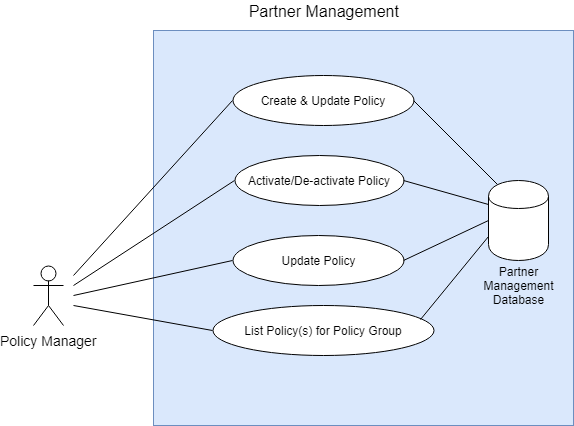
ssenmosip/mosip-temp-documentation keeps this draw.io diagram as _images/arch_diagrams/PartnerManagement_PolicyManager.png. Above is the earlier version. Source tidied: cells renumbered, new cells last; positions are measured from the earlier drawing's top-left corner, leaving out a move shared by most shapes. The source it was exported from:
```xml
<mxGraphModel>
  <root>
    <mxCell id="0" />
    <mxCell id="1" parent="0" />
    <mxCell id="2" value="Policy Manager" style="shape=umlActor;verticalLabelPosition=bottom;labelBackgroundColor=#ffffff;verticalAlign=top;html=1;fontSize=14;" parent="1" vertex="1">
      <mxGeometry y="265" width="30" height="60" as="geometry" />
    </mxCell>
    <mxCell id="3" style="rounded=0;whiteSpace=wrap;html=1;fontSize=16;fillColor=#dae8fc;strokeColor=#6c8ebf;" parent="1" vertex="1">
      <mxGeometry x="120" y="30" width="420" height="395" as="geometry" />
    </mxCell>
    <mxCell id="4" value="Partner Management&amp;nbsp;" style="text;html=1;strokeColor=none;fillColor=none;align=center;verticalAlign=middle;whiteSpace=wrap;rounded=0;fontSize=16;" parent="1" vertex="1">
      <mxGeometry x="199" width="186" height="20" as="geometry" />
    </mxCell>
    <mxCell id="5" value="Create &amp;amp; Update Policy" style="ellipse;whiteSpace=wrap;html=1;" parent="1" vertex="1">
      <mxGeometry x="199" y="75" width="181" height="50" as="geometry" />
    </mxCell>
    <mxCell id="6" value="Activate/De-activate Policy" style="ellipse;whiteSpace=wrap;html=1;" parent="1" vertex="1">
      <mxGeometry x="201" y="155" width="169" height="50" as="geometry" />
    </mxCell>
    <mxCell id="7" value="Update Policy" style="ellipse;whiteSpace=wrap;html=1;" parent="1" vertex="1">
      <mxGeometry x="199" y="235" width="171" height="50" as="geometry" />
    </mxCell>
    <mxCell id="8" value="List Policy(s) for Policy Group" style="ellipse;whiteSpace=wrap;html=1;" parent="1" vertex="1">
      <mxGeometry x="179" y="305" width="221" height="50" as="geometry" />
    </mxCell>
    <mxCell id="9" style="endArrow=none;html=1;entryX=0;entryY=0.5;entryDx=0;entryDy=0;" parent="1" edge="1" target="5">
      <mxGeometry relative="1" as="geometry">
        <mxPoint x="40" y="275" as="sourcePoint" />
      </mxGeometry>
    </mxCell>
    <mxCell id="10" style="endArrow=none;html=1;entryX=0;entryY=0.5;entryDx=0;entryDy=0;" parent="1" edge="1" target="6">
      <mxGeometry relative="1" as="geometry">
        <mxPoint x="40" y="285" as="sourcePoint" />
      </mxGeometry>
    </mxCell>
    <mxCell id="11" style="endArrow=none;html=1;entryX=0;entryY=0.5;entryDx=0;entryDy=0;" parent="1" edge="1" target="7">
      <mxGeometry relative="1" as="geometry">
        <mxPoint x="40" y="295" as="sourcePoint" />
      </mxGeometry>
    </mxCell>
    <mxCell id="12" style="endArrow=none;html=1;entryX=0;entryY=0.5;entryDx=0;entryDy=0;" parent="1" edge="1" target="8">
      <mxGeometry relative="1" as="geometry">
        <mxPoint x="40" y="305" as="sourcePoint" />
      </mxGeometry>
    </mxCell>
    <mxCell id="13" style="shape=cylinder;whiteSpace=wrap;html=1;boundedLbl=1;backgroundOutline=1;" parent="1" vertex="1">
      <mxGeometry x="455" y="180" width="60" height="80" as="geometry" />
    </mxCell>
    <mxCell id="14" value="Partner Management Database" style="text;html=1;strokeColor=none;fillColor=none;align=center;verticalAlign=middle;whiteSpace=wrap;rounded=0;" parent="1" vertex="1">
      <mxGeometry x="450" y="255" width="70" height="60" as="geometry" />
    </mxCell>
    <mxCell id="15" style="endArrow=none;html=1;exitX=1;exitY=0.5;exitDx=0;exitDy=0;entryX=0.15;entryY=0.05;entryDx=0;entryDy=0;entryPerimeter=0;" parent="1" edge="1" source="5" target="13">
      <mxGeometry relative="1" as="geometry" />
    </mxCell>
    <mxCell id="16" style="endArrow=none;html=1;exitX=1;exitY=0.5;exitDx=0;exitDy=0;entryX=0;entryY=0.3;entryDx=0;entryDy=0;" parent="1" edge="1" source="6" target="13">
      <mxGeometry relative="1" as="geometry" />
    </mxCell>
    <mxCell id="17" style="endArrow=none;html=1;exitX=1;exitY=0.5;exitDx=0;exitDy=0;entryX=0;entryY=0.5;entryDx=0;entryDy=0;" parent="1" edge="1" source="7" target="13">
      <mxGeometry relative="1" as="geometry" />
    </mxCell>
    <mxCell id="18" style="endArrow=none;html=1;exitX=0.943;exitY=0.287;exitDx=0;exitDy=0;entryX=0;entryY=0.7;entryDx=0;entryDy=0;exitPerimeter=0;" parent="1" edge="1" source="8" target="13">
      <mxGeometry relative="1" as="geometry" />
    </mxCell>
  </root>
</mxGraphModel>
```
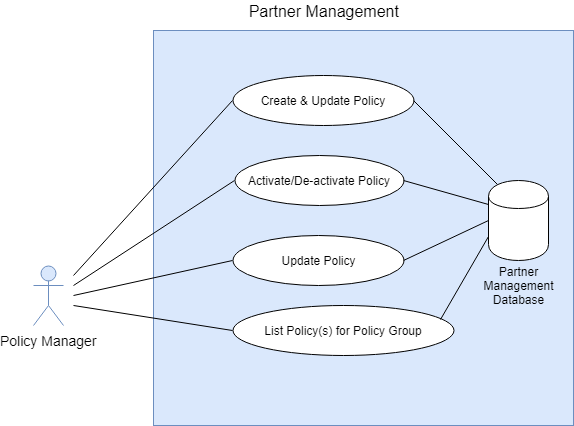
After the change.

Commit message:
Partner Management - High Level Requirements - Updates

The edit, as a diff of the source:
```diff
@@ -2,7 +2,7 @@
   <root>
     <mxCell id="0" />
     <mxCell id="1" parent="0" />
-    <mxCell id="2" value="Policy Manager" style="shape=umlActor;verticalLabelPosition=bottom;labelBackgroundColor=#ffffff;verticalAlign=top;html=1;fontSize=14;" parent="1" vertex="1">
+    <mxCell id="2" value="Policy Manager" style="shape=umlActor;verticalLabelPosition=bottom;labelBackgroundColor=#ffffff;verticalAlign=top;html=1;fontSize=14;fillColor=#dae8fc;strokeColor=#6c8ebf;" parent="1" vertex="1">
       <mxGeometry y="265" width="30" height="60" as="geometry" />
     </mxCell>
     <mxCell id="3" style="rounded=0;whiteSpace=wrap;html=1;fontSize=16;fillColor=#dae8fc;strokeColor=#6c8ebf;" parent="1" vertex="1">
@@ -21,7 +21,7 @@
       <mxGeometry x="199" y="235" width="171" height="50" as="geometry" />
     </mxCell>
     <mxCell id="8" value="List Policy(s) for Policy Group" style="ellipse;whiteSpace=wrap;html=1;" parent="1" vertex="1">
-      <mxGeometry x="179" y="305" width="221" height="50" as="geometry" />
+      <mxGeometry x="199" y="305" width="221" height="50" as="geometry" />
     </mxCell>
     <mxCell id="9" style="endArrow=none;html=1;entryX=0;entryY=0.5;entryDx=0;entryDy=0;" parent="1" edge="1" target="5">
       <mxGeometry relative="1" as="geometry">
```
